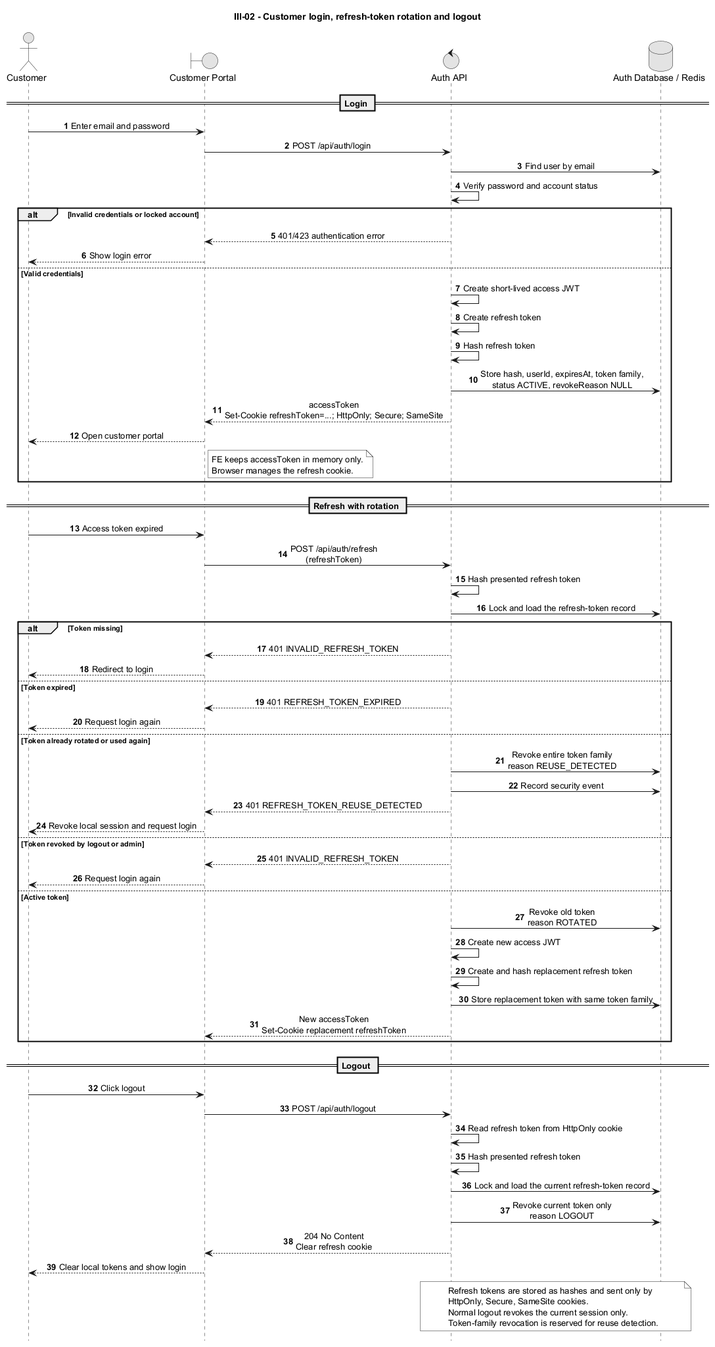
Before: docs/diagrams/sequence-new/customer/III-02-login-refresh-logout.png, a diagram exported from PlantUML (duygri/do-an-htttdn-crm). The source it was exported from:
```plantuml
@startuml
title III-02 - Customer login, refresh-token rotation and logout

autonumber
hide footbox
skinparam monochrome true
skinparam sequenceMessageAlign center
skinparam responseMessageBelowArrow true

actor Customer
boundary "Customer Portal" as Web
control "Auth API" as API
database "Auth Database / Redis" as DB

== Login ==

Customer -> Web: Enter email and password
Web -> API: POST /api/auth/login
API -> DB: Find user by email
API -> API: Verify password and account status

alt Invalid credentials or locked account
    API --> Web: 401/423 authentication error
    Web --> Customer: Show login error
else Valid credentials
    API -> API: Create short-lived access JWT
    API -> API: Create refresh token
    API -> API: Hash refresh token
    API -> DB: Store hash, userId, expiresAt, token family,\nstatus ACTIVE, revokeReason NULL
    API --> Web: accessToken\nSet-Cookie refreshToken=...; HttpOnly; Secure; SameSite
    Web --> Customer: Open customer portal
    note right of Web
      FE keeps accessToken in memory only.
      Browser manages the refresh cookie.
    end note
end

== Refresh with rotation ==

Customer -> Web: Access token expired
Web -> API: POST /api/auth/refresh\n(refreshToken)
API -> API: Hash presented refresh token
API -> DB: Lock and load the refresh-token record

alt Token missing
    API --> Web: 401 INVALID_REFRESH_TOKEN
    Web --> Customer: Redirect to login
else Token expired
    API --> Web: 401 REFRESH_TOKEN_EXPIRED
    Web --> Customer: Request login again
else Token already rotated or used again
    API -> DB: Revoke entire token family\nreason REUSE_DETECTED
    API -> DB: Record security event
    API --> Web: 401 REFRESH_TOKEN_REUSE_DETECTED
    Web --> Customer: Revoke local session and request login
else Token revoked by logout or admin
    API --> Web: 401 INVALID_REFRESH_TOKEN
    Web --> Customer: Request login again
else Active token
    API -> DB: Revoke old token\nreason ROTATED
    API -> API: Create new access JWT
    API -> API: Create and hash replacement refresh token
    API -> DB: Store replacement token with same token family
    API --> Web: New accessToken\nSet-Cookie replacement refreshToken
end

== Logout ==

Customer -> Web: Click logout
Web -> API: POST /api/auth/logout
API -> API: Read refresh token from HttpOnly cookie
API -> API: Hash presented refresh token
API -> DB: Lock and load the current refresh-token record
API -> DB: Revoke current token only\nreason LOGOUT
API --> Web: 204 No Content\nClear refresh cookie
Web --> Customer: Clear local tokens and show login

note over API,DB
  Refresh tokens are stored as hashes and sent only by
  HttpOnly, Secure, SameSite cookies.
  Normal logout revokes the current session only.
  Token-family revocation is reserved for reuse detection.
end note

@enduml
```
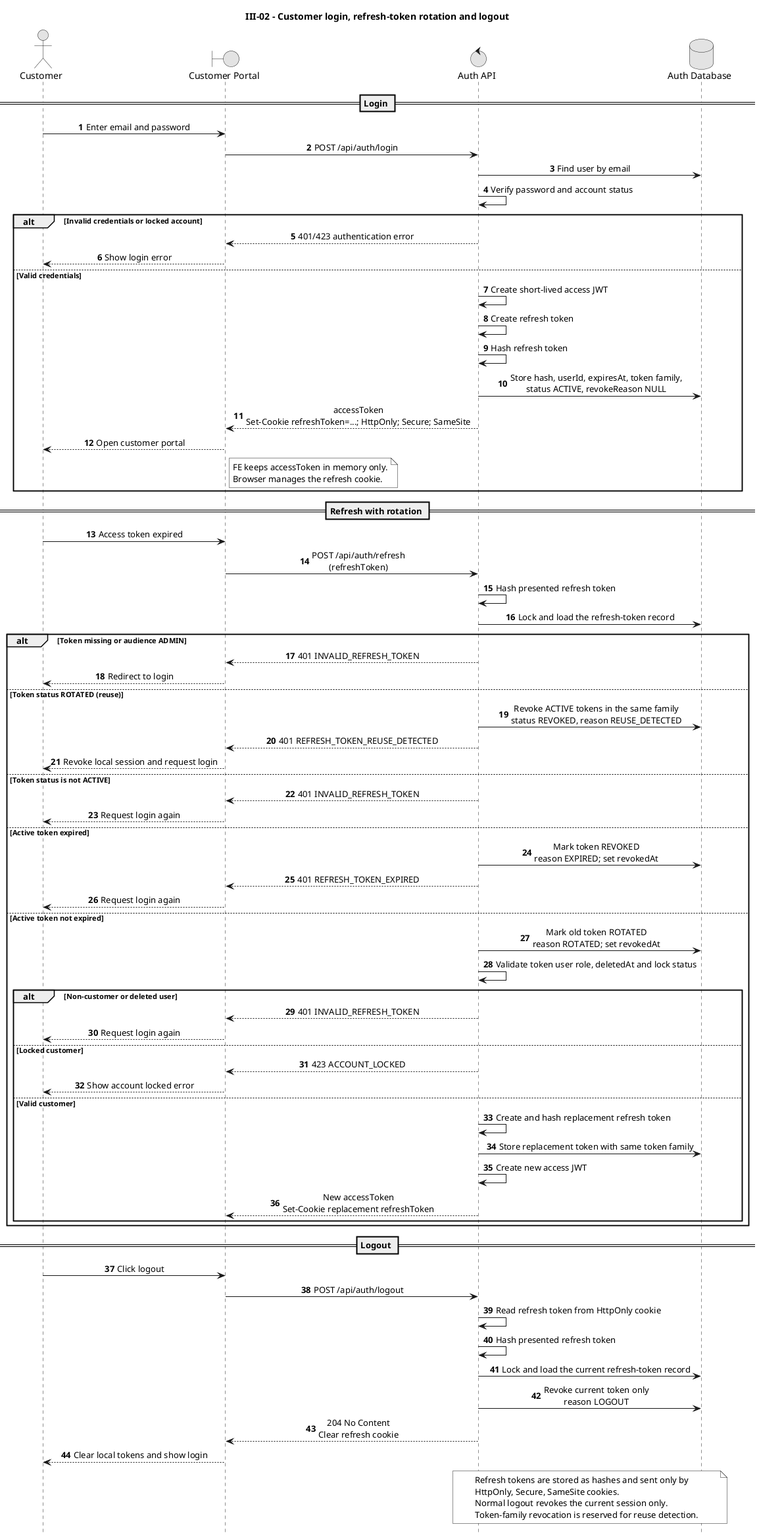
After the commit.

What changed in the source:
```diff
@@ -10,7 +10,7 @@
 actor Customer
 boundary "Customer Portal" as Web
 control "Auth API" as API
-database "Auth Database / Redis" as DB
+database "Auth Database" as DB
 
 == Login ==
 
@@ -42,26 +42,35 @@
 API -> API: Hash presented refresh token
 API -> DB: Lock and load the refresh-token record
 
-alt Token missing
+alt Token missing or audience ADMIN
     API --> Web: 401 INVALID_REFRESH_TOKEN
     Web --> Customer: Redirect to login
-else Token expired
+else Token status ROTATED (reuse)
+    API -> DB: Revoke ACTIVE tokens in the same family\nstatus REVOKED, reason REUSE_DETECTED
+    API --> Web: 401 REFRESH_TOKEN_REUSE_DETECTED
+    Web --> Customer: Revoke local session and request login
+else Token status is not ACTIVE
+    API --> Web: 401 INVALID_REFRESH_TOKEN
+    Web --> Customer: Request login again
+else Active token expired
+    API -> DB: Mark token REVOKED\nreason EXPIRED; set revokedAt
     API --> Web: 401 REFRESH_TOKEN_EXPIRED
     Web --> Customer: Request login again
-else Token already rotated or used again
-    API -> DB: Revoke entire token family\nreason REUSE_DETECTED
-    API -> DB: Record security event
-    API --> Web: 401 REFRESH_TOKEN_REUSE_DETECTED
-    Web --> Customer: Revoke local session and request login
-else Token revoked by logout or admin
-    API --> Web: 401 INVALID_REFRESH_TOKEN
-    Web --> Customer: Request login again
-else Active token
-    API -> DB: Revoke old token\nreason ROTATED
-    API -> API: Create new access JWT
-    API -> API: Create and hash replacement refresh token
-    API -> DB: Store replacement token with same token family
-    API --> Web: New accessToken\nSet-Cookie replacement refreshToken
+else Active token not expired
+    API -> DB: Mark old token ROTATED\nreason ROTATED; set revokedAt
+    API -> API: Validate token user role, deletedAt and lock status
+    alt Non-customer or deleted user
+        API --> Web: 401 INVALID_REFRESH_TOKEN
+        Web --> Customer: Request login again
+    else Locked customer
+        API --> Web: 423 ACCOUNT_LOCKED
+        Web --> Customer: Show account locked error
+    else Valid customer
+        API -> API: Create and hash replacement refresh token
+        API -> DB: Store replacement token with same token family
+        API -> API: Create new access JWT
+        API --> Web: New accessToken\nSet-Cookie replacement refreshToken
+    end
 end
 
 == Logout ==
```
